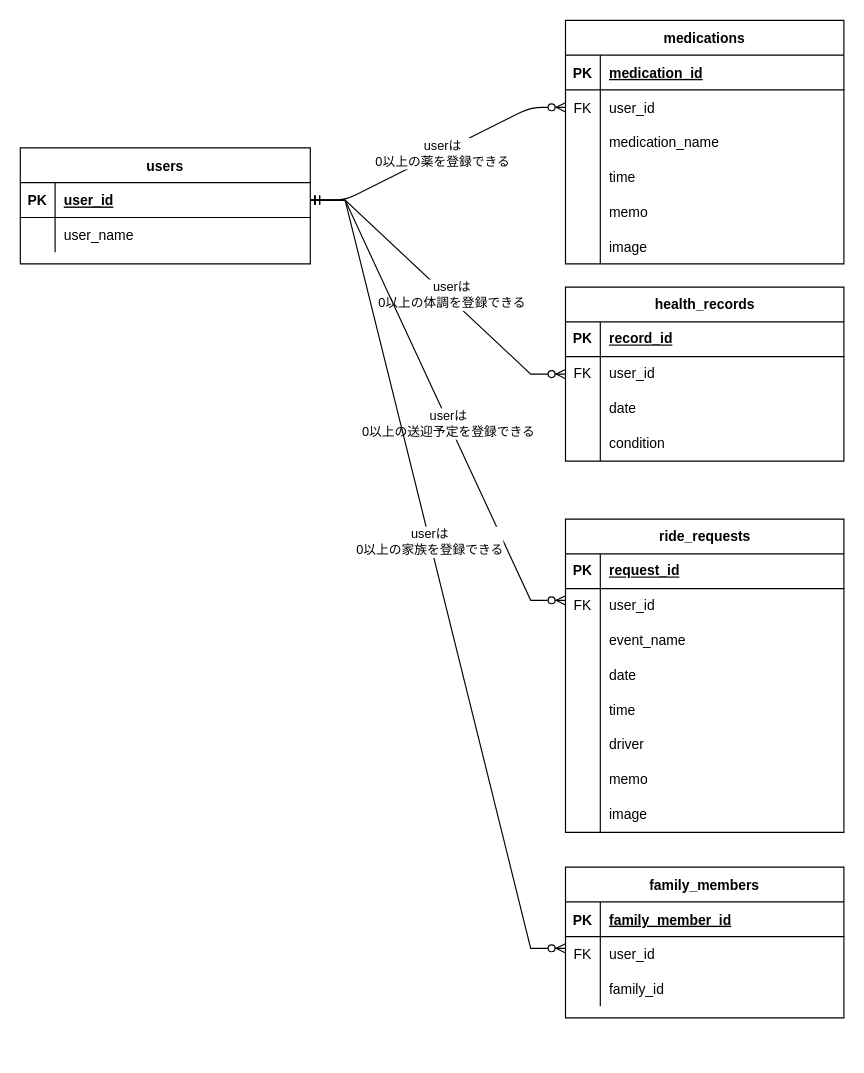
Earlier version of the draw.io diagram 名称未設定ファイル.drawio (Fumiha/coupleApp). Source tidied: cells renumbered, new cells numbered last; positions are measured from the earlier drawing's top-left corner, leaving out a move shared by most shapes. Both pictures are drawn from the tidied source at 116%, with x=0, y=0 at pixel (20, 20).
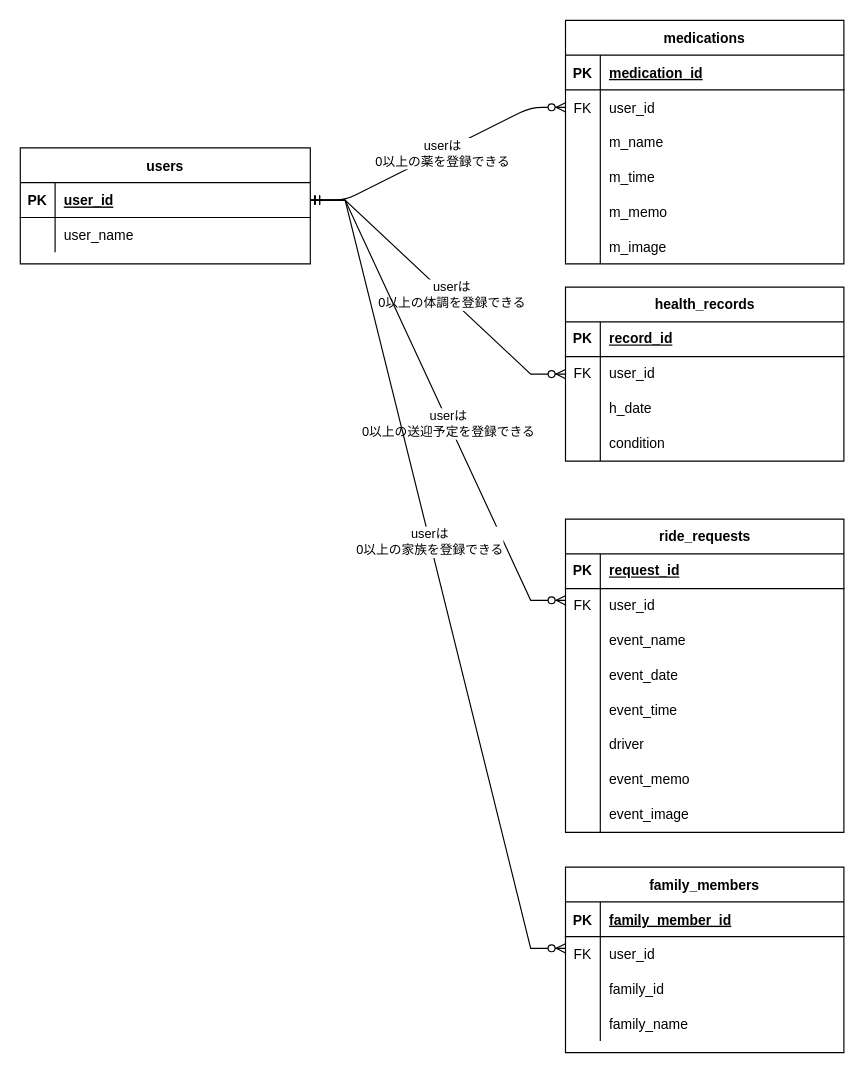
The same page after the edit.

Commit message:
名称未設定ファイル.drawio を更新します

The change refers to these unchanged cells:
```xml
<mxCell id="11" style="shape=partialRectangle;fillColor=none;top=0;left=0;right=0;bottom=0;" parent="4" vertex="1">
  <mxGeometry y="90" width="240" height="30" as="geometry" />
</mxCell>
<mxCell id="14" style="shape=partialRectangle;fillColor=none;top=0;left=0;right=0;bottom=0;" parent="4" vertex="1">
  <mxGeometry y="120" width="240" height="30" as="geometry" />
</mxCell>
<mxCell id="17" style="shape=partialRectangle;fillColor=none;top=0;left=0;right=0;bottom=0;" parent="4" vertex="1">
  <mxGeometry y="150" width="240" height="30" as="geometry" />
</mxCell>
<mxCell id="20" style="shape=partialRectangle;fillColor=none;top=0;left=0;right=0;bottom=0;" parent="4" vertex="1">
  <mxGeometry y="180" width="240" height="30" as="geometry" />
</mxCell>
<mxCell id="50" style="shape=tableRow;horizontal=0;startSize=0;swimlaneHead=0;swimlaneBody=0;fillColor=none;top=0;left=0;right=0;bottom=0;" parent="40" vertex="1">
  <mxGeometry y="120" width="240" height="30" as="geometry" />
</mxCell>
<mxCell id="53" style="shape=tableRow;horizontal=0;startSize=0;swimlaneHead=0;swimlaneBody=0;fillColor=none;top=0;left=0;right=0;bottom=0;" parent="40" vertex="1">
  <mxGeometry y="150" width="240" height="30" as="geometry" />
</mxCell>
<mxCell id="59" style="shape=tableRow;horizontal=0;startSize=0;swimlaneHead=0;swimlaneBody=0;fillColor=none;top=0;left=0;right=0;bottom=0;" parent="40" vertex="1">
  <mxGeometry y="210" width="240" height="30" as="geometry" />
</mxCell>
<mxCell id="62" style="shape=tableRow;horizontal=0;startSize=0;swimlaneHead=0;swimlaneBody=0;fillColor=none;top=0;left=0;right=0;bottom=0;" parent="40" vertex="1">
  <mxGeometry y="240" width="240" height="30" as="geometry" />
</mxCell>
<mxCell id="72" style="shape=tableRow;horizontal=0;startSize=0;swimlaneHead=0;swimlaneBody=0;fillColor=none;top=0;left=0;right=0;bottom=0;" parent="65" vertex="1">
  <mxGeometry y="90" width="240" height="30" as="geometry" />
</mxCell>
```

What changed in the source:
```diff
@@
-    <mxCell id="13" value="medication_name" style="shape=partialRectangle;overflow=hidden;fillColor=none;top=0;left=0;bottom=0;right=0;align=left;spacingLeft=6;" parent="11" vertex="1">
+    <mxCell id="13" value="m_name" style="shape=partialRectangle;overflow=hidden;fillColor=none;top=0;left=0;bottom=0;right=0;align=left;spacingLeft=6;" parent="11" vertex="1">
       <mxGeometry x="30" width="210" height="30" as="geometry" />
     </mxCell>
@@
-    <mxCell id="16" value="time" style="shape=partialRectangle;overflow=hidden;fillColor=none;top=0;left=0;bottom=0;right=0;align=left;spacingLeft=6;" parent="14" vertex="1">
+    <mxCell id="16" value="m_time" style="shape=partialRectangle;overflow=hidden;fillColor=none;top=0;left=0;bottom=0;right=0;align=left;spacingLeft=6;" parent="14" vertex="1">
       <mxGeometry x="30" width="210" height="30" as="geometry" />
     </mxCell>
@@
-    <mxCell id="19" value="memo" style="shape=partialRectangle;overflow=hidden;fillColor=none;top=0;left=0;bottom=0;right=0;align=left;spacingLeft=6;" parent="17" vertex="1">
+    <mxCell id="19" value="m_memo" style="shape=partialRectangle;overflow=hidden;fillColor=none;top=0;left=0;bottom=0;right=0;align=left;spacingLeft=6;" parent="17" vertex="1">
       <mxGeometry x="30" width="210" height="30" as="geometry" />
     </mxCell>
@@
-    <mxCell id="22" value="image" style="shape=partialRectangle;overflow=hidden;fillColor=none;top=0;left=0;bottom=0;right=0;align=left;spacingLeft=6;" parent="20" vertex="1">
+    <mxCell id="22" value="m_image" style="shape=partialRectangle;overflow=hidden;fillColor=none;top=0;left=0;bottom=0;right=0;align=left;spacingLeft=6;" parent="20" vertex="1">
       <mxGeometry x="30" width="210" height="30" as="geometry" />
     </mxCell>
     <mxCell id="23" value="family_members" style="shape=table;startSize=30;childLayout=tableLayout;rowLines=0;fontStyle=1;align=center;" parent="1" vertex="1">
-      <mxGeometry x="470" y="730" width="240" height="130" as="geometry" />
+      <mxGeometry x="470" y="730" width="240" height="160" as="geometry" />
     </mxCell>
@@
+    <mxCell id="84" style="shape=partialRectangle;fillColor=none;top=0;left=0;right=0;bottom=0;" parent="23" vertex="1">
+      <mxGeometry y="120" width="240" height="30" as="geometry" />
+    </mxCell>
+    <mxCell id="85" style="shape=partialRectangle;overflow=hidden;fillColor=none;top=0;left=0;bottom=0;right=0;" parent="84" vertex="1">
+      <mxGeometry width="30" height="30" as="geometry" />
+    </mxCell>
+    <mxCell id="86" value="family_name" style="shape=partialRectangle;overflow=hidden;fillColor=none;top=0;left=0;bottom=0;right=0;align=left;spacingLeft=6;" parent="84" vertex="1">
+      <mxGeometry x="30" width="210" height="30" as="geometry" />
+    </mxCell>
@@
-    <mxCell id="52" value="date" style="shape=partialRectangle;fillColor=none;top=0;left=0;bottom=0;right=0;align=left;spacingLeft=6;overflow=hidden;whiteSpace=wrap;html=1;" parent="50" vertex="1">
+    <mxCell id="52" value="event_date" style="shape=partialRectangle;fillColor=none;top=0;left=0;bottom=0;right=0;align=left;spacingLeft=6;overflow=hidden;whiteSpace=wrap;html=1;" parent="50" vertex="1">
       <mxGeometry x="30" width="210" height="30" as="geometry" />
     </mxCell>
@@
-    <mxCell id="55" value="time" style="shape=partialRectangle;fillColor=none;top=0;left=0;bottom=0;right=0;align=left;spacingLeft=6;overflow=hidden;whiteSpace=wrap;html=1;" parent="53" vertex="1">
+    <mxCell id="55" value="event_time" style="shape=partialRectangle;fillColor=none;top=0;left=0;bottom=0;right=0;align=left;spacingLeft=6;overflow=hidden;whiteSpace=wrap;html=1;" parent="53" vertex="1">
       <mxGeometry x="30" width="210" height="30" as="geometry" />
     </mxCell>
@@
-    <mxCell id="61" value="memo" style="shape=partialRectangle;fillColor=none;top=0;left=0;bottom=0;right=0;align=left;spacingLeft=6;overflow=hidden;whiteSpace=wrap;html=1;" parent="59" vertex="1">
+    <mxCell id="61" value="event_memo" style="shape=partialRectangle;fillColor=none;top=0;left=0;bottom=0;right=0;align=left;spacingLeft=6;overflow=hidden;whiteSpace=wrap;html=1;" parent="59" vertex="1">
       <mxGeometry x="30" width="210" height="30" as="geometry" />
     </mxCell>
@@
-    <mxCell id="64" value="image" style="shape=partialRectangle;fillColor=none;top=0;left=0;bottom=0;right=0;align=left;spacingLeft=6;overflow=hidden;whiteSpace=wrap;html=1;" parent="62" vertex="1">
+    <mxCell id="64" value="event_image" style="shape=partialRectangle;fillColor=none;top=0;left=0;bottom=0;right=0;align=left;spacingLeft=6;overflow=hidden;whiteSpace=wrap;html=1;" parent="62" vertex="1">
       <mxGeometry x="30" width="210" height="30" as="geometry" />
     </mxCell>
@@
-    <mxCell id="74" value="date" style="shape=partialRectangle;fillColor=none;top=0;left=0;bottom=0;right=0;align=left;spacingLeft=6;overflow=hidden;whiteSpace=wrap;html=1;" parent="72" vertex="1">
+    <mxCell id="74" value="h_date" style="shape=partialRectangle;fillColor=none;top=0;left=0;bottom=0;right=0;align=left;spacingLeft=6;overflow=hidden;whiteSpace=wrap;html=1;" parent="72" vertex="1">
       <mxGeometry x="30" width="210" height="30" as="geometry" />
     </mxCell>
```
